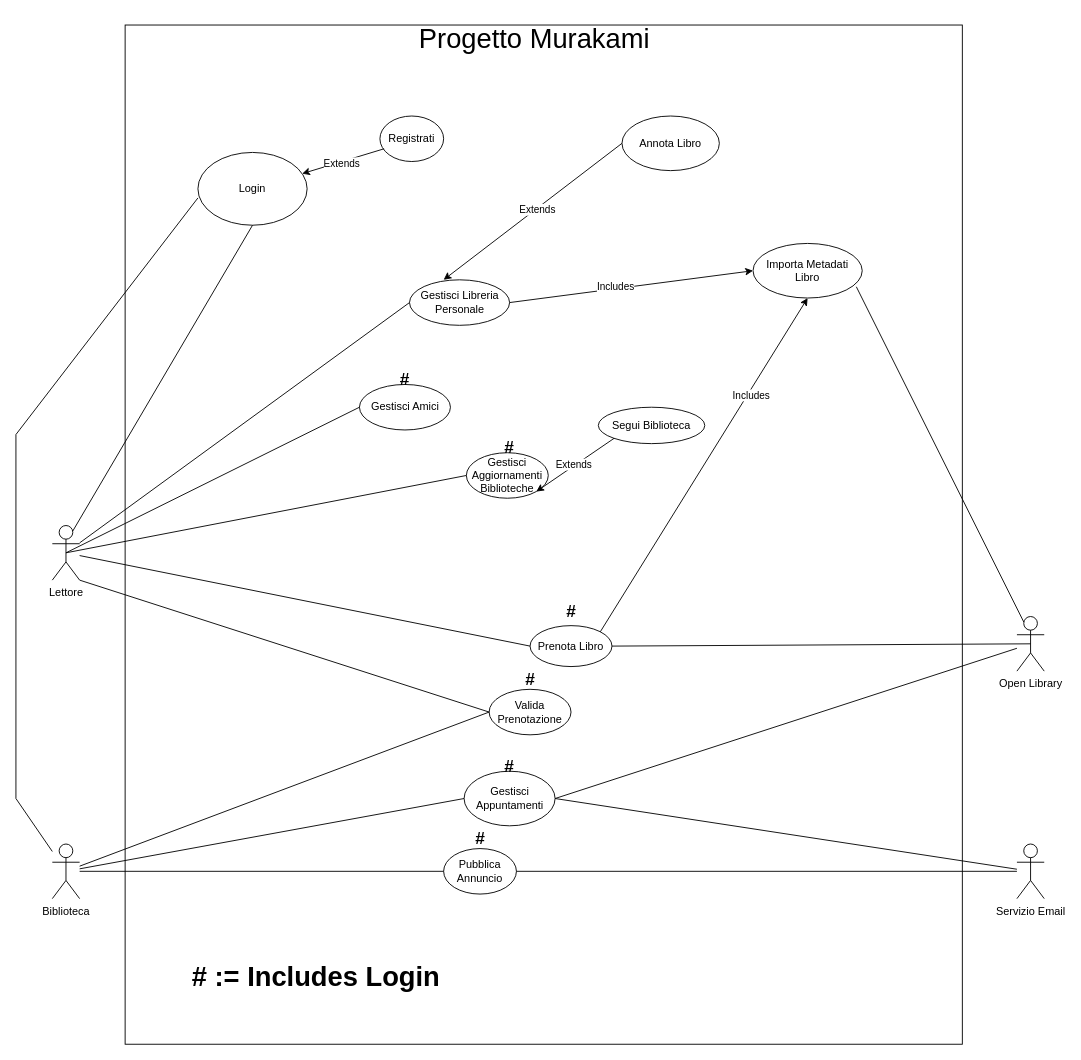
Earlier version of the draw.io diagram page "UC Diagram Attuale" (1 of 2) of Casi d'uso/Diagrammi/Diagramma casi d'uso.drawio (Tom-n7/progettoMurakami). Source tidied: cells renumbered, new cells numbered last; positions are measured from the earlier drawing's top-left corner, leaving out a move shared by most shapes. Both pictures are drawn from the tidied source at 91%, with x=0, y=0 at pixel (15, 15).
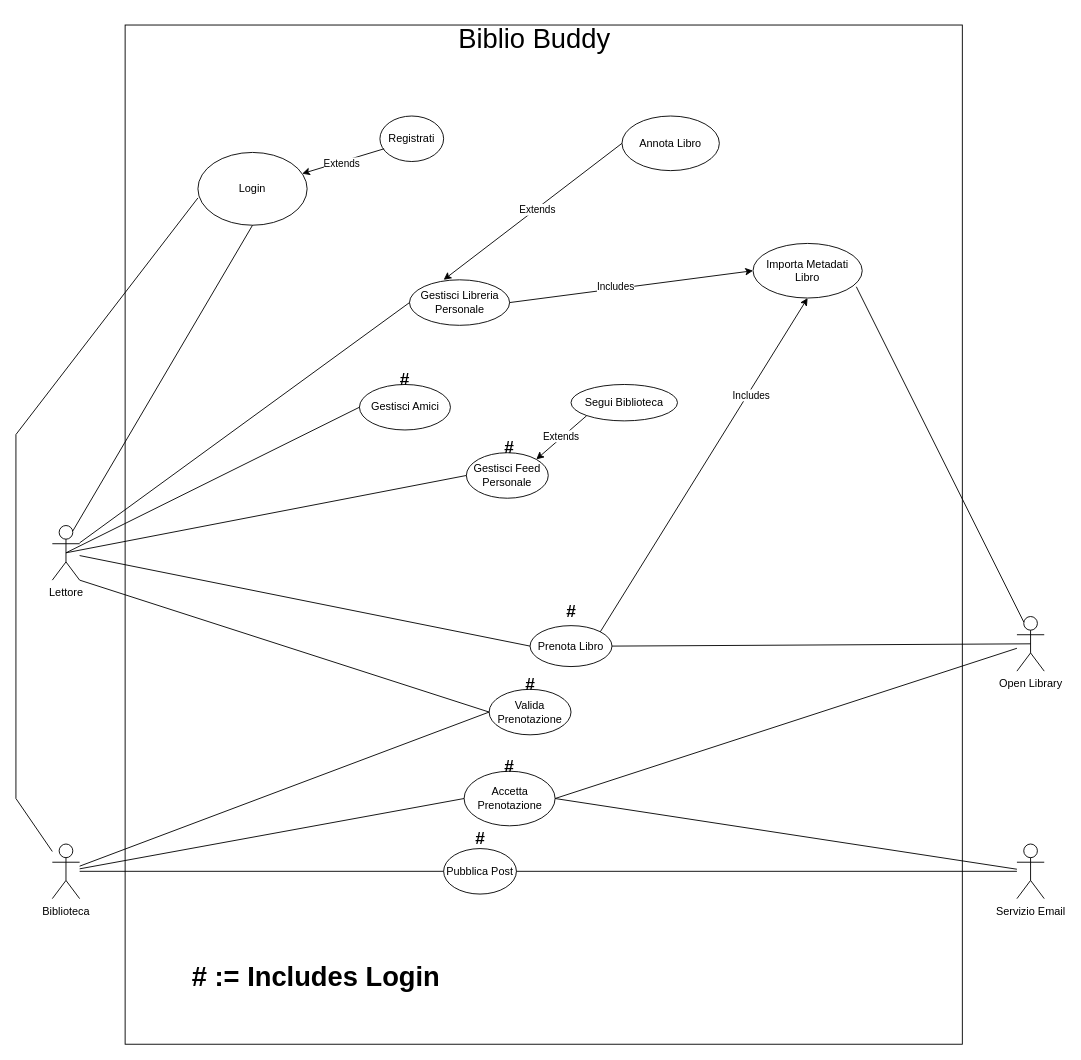
The same diagram, later.

Diff of the diagram source:
```diff
@@
-    <mxCell id="8" value="Gestisci Aggiornamenti Biblioteche" style="ellipse;whiteSpace=wrap;html=1;" parent="1" vertex="1">
+    <mxCell id="8" value="Gestisci Feed Personale" style="ellipse;whiteSpace=wrap;html=1;" parent="1" vertex="1">
       <mxGeometry x="495" y="480" width="90" height="50" as="geometry" />
     </mxCell>
@@
-    <mxCell id="14" value="Gestisci Appuntamenti" style="ellipse;whiteSpace=wrap;html=1;" parent="1" vertex="1">
+    <mxCell id="14" value="Accetta Prenotazione" style="ellipse;whiteSpace=wrap;html=1;" parent="1" vertex="1">
       <mxGeometry x="492.5" y="830" width="100" height="60" as="geometry" />
     </mxCell>
@@
-    <mxCell id="16" value="Pubblica Annuncio" style="ellipse;whiteSpace=wrap;html=1;" parent="1" vertex="1">
+    <mxCell id="16" value="Pubblica Post" style="ellipse;whiteSpace=wrap;html=1;" parent="1" vertex="1">
       <mxGeometry x="470" y="915" width="80" height="50" as="geometry" />
     </mxCell>
@@
-    <mxCell id="27" value="&lt;span style=&quot;font-size: 30px;&quot;&gt;Progetto Murakami&lt;/span&gt;" style="text;html=1;whiteSpace=wrap;strokeColor=none;fillColor=none;align=center;verticalAlign=middle;rounded=0;" parent="1" vertex="1">
+    <mxCell id="27" value="&lt;span style=&quot;font-size: 30px;&quot;&gt;Biblio Buddy&lt;/span&gt;" style="text;html=1;whiteSpace=wrap;strokeColor=none;fillColor=none;align=center;verticalAlign=middle;rounded=0;" parent="1" vertex="1">
       <mxGeometry x="425" width="290" height="50" as="geometry" />
     </mxCell>
@@
-    <mxCell id="33" value="&lt;b&gt;#&lt;/b&gt;" style="text;html=1;whiteSpace=wrap;strokeColor=none;fillColor=none;align=center;verticalAlign=middle;rounded=0;fontSize=19;" parent="1" vertex="1">
-      <mxGeometry x="532.5" y="720" width="65" height="20" as="geometry" />
-    </mxCell>
@@
     <mxCell id="46" value="Segui Biblioteca" style="ellipse;whiteSpace=wrap;html=1;" parent="1" vertex="1">
-      <mxGeometry x="640" y="430" width="117" height="40" as="geometry" />
+      <mxGeometry x="610" y="405" width="117" height="40" as="geometry" />
     </mxCell>
-    <mxCell id="47" style="endArrow=classic;html=1;rounded=0;exitX=0;exitY=1;exitDx=0;exitDy=0;entryX=1;entryY=1;entryDx=0;entryDy=0;" parent="1" edge="1" source="46" target="8">
+    <mxCell id="47" style="endArrow=classic;html=1;rounded=0;exitX=0;exitY=1;exitDx=0;exitDy=0;entryX=1;entryY=0;entryDx=0;entryDy=0;" parent="1" edge="1" source="46" target="8">
       <mxGeometry relative="1" as="geometry" />
     </mxCell>
@@
+    <mxCell id="33" value="&lt;b&gt;#&lt;/b&gt;" style="text;html=1;whiteSpace=wrap;strokeColor=none;fillColor=none;align=center;verticalAlign=middle;rounded=0;fontSize=19;" parent="1" vertex="1">
+      <mxGeometry x="532.5" y="730" width="65" height="10" as="geometry" />
+    </mxCell>
```
